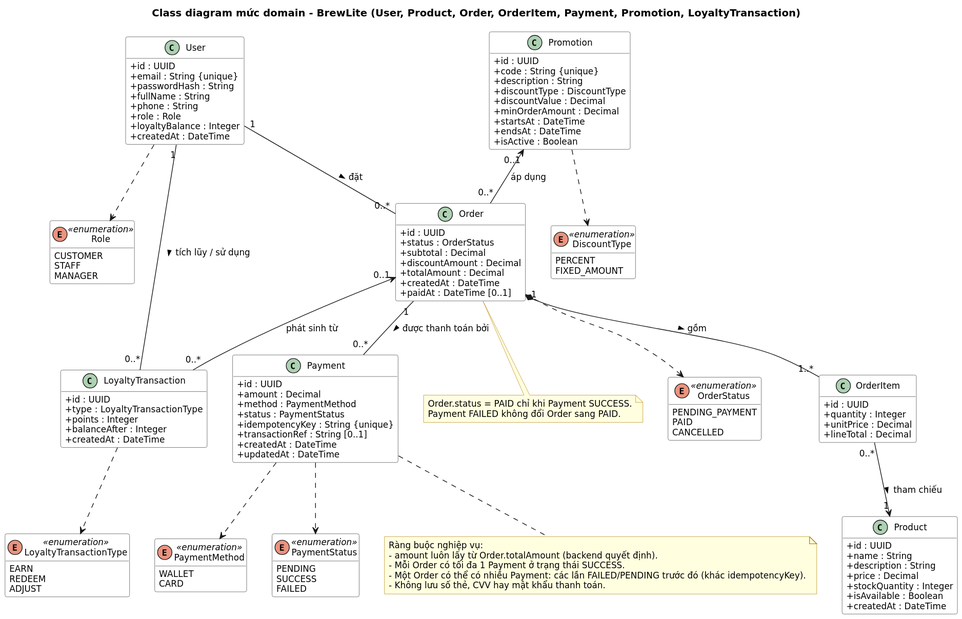
Earlier version of the PlantUML export docs/diagrams/class-domain.svg (supergigachadsupreme300/brewlite2).
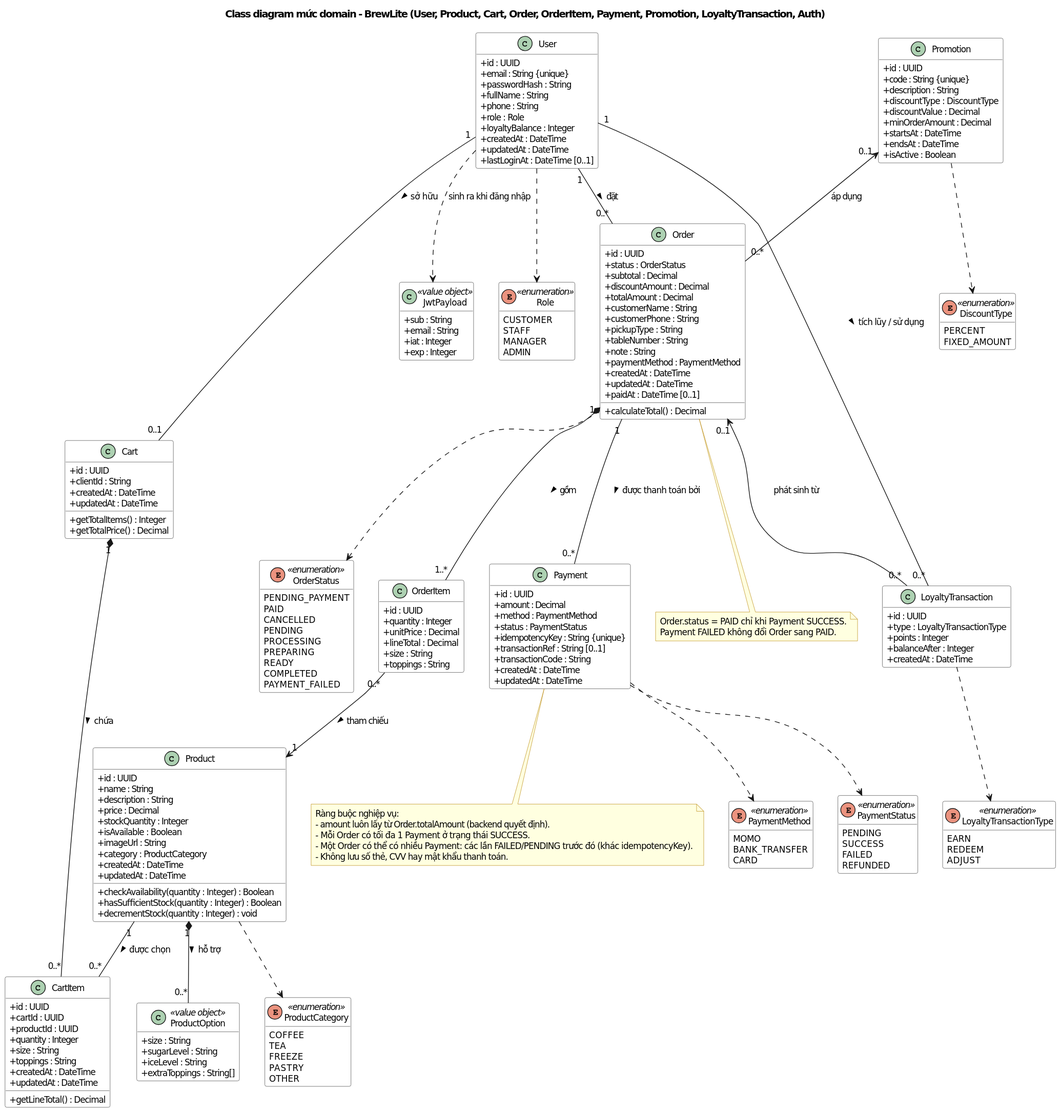
Above is the later version.

The edit, as a diff of the source:
```diff
@@ -1,5 +1,5 @@
 @startuml
-title Class diagram mức domain - BrewLite (User, Product, Order, OrderItem, Payment, Promotion, LoyaltyTransaction)
+title Class diagram mức domain - BrewLite (User, Product, Cart, Order, OrderItem, Payment, Promotion, LoyaltyTransaction, Auth)
 
 skinparam defaultFontName "DejaVu Sans"
 skinparam defaultFontSize 12
@@ -15,16 +15,24 @@
   CUSTOMER
   STAFF
   MANAGER
+  ADMIN
 }
 
 enum OrderStatus <<enumeration>> {
   PENDING_PAYMENT
   PAID
   CANCELLED
+  PENDING
+  PROCESSING
+  PREPARING
+  READY
+  COMPLETED
+  PAYMENT_FAILED
 }
 
 enum PaymentMethod <<enumeration>> {
-  WALLET
+  MOMO
+  BANK_TRANSFER
   CARD
 }
 
@@ -32,6 +40,7 @@
   PENDING
   SUCCESS
   FAILED
+  REFUNDED
 }
 
 enum DiscountType <<enumeration>> {
@@ -45,6 +54,14 @@
   ADJUST
 }
 
+enum ProductCategory <<enumeration>> {
+  COFFEE
+  TEA
+  FREEZE
+  PASTRY
+  OTHER
+}
+
 class User {
   +id : UUID
   +email : String {unique}
@@ -54,6 +71,8 @@
   +role : Role
   +loyaltyBalance : Integer
   +createdAt : DateTime
+  +updatedAt : DateTime
+  +lastLoginAt : DateTime [0..1]
 }
 
 class Product {
@@ -63,7 +82,41 @@
   +price : Decimal
   +stockQuantity : Integer
   +isAvailable : Boolean
+  +imageUrl : String
+  +category : ProductCategory
   +createdAt : DateTime
+  +updatedAt : DateTime
+  +checkAvailability(quantity : Integer) : Boolean
+  +hasSufficientStock(quantity : Integer) : Boolean
+  +decrementStock(quantity : Integer) : void
+}
+
+class ProductOption <<value object>> {
+  +size : String
+  +sugarLevel : String
+  +iceLevel : String
+  +extraToppings : String[]
+}
+
+class Cart {
+  +id : UUID
+  +clientId : String
+  +createdAt : DateTime
+  +updatedAt : DateTime
+  +getTotalItems() : Integer
+  +getTotalPrice() : Decimal
+}
+
+class CartItem {
+  +id : UUID
+  +cartId : UUID
+  +productId : UUID
+  +quantity : Integer
+  +size : String
+  +toppings : String
+  +createdAt : DateTime
+  +updatedAt : DateTime
+  +getLineTotal() : Decimal
 }
 
 class Order {
@@ -72,8 +125,16 @@
   +subtotal : Decimal
   +discountAmount : Decimal
   +totalAmount : Decimal
+  +customerName : String
+  +customerPhone : String
+  +pickupType : String
+  +tableNumber : String
+  +note : String
+  +paymentMethod : PaymentMethod
   +createdAt : DateTime
+  +updatedAt : DateTime
   +paidAt : DateTime [0..1]
+  +calculateTotal() : Decimal
 }
 
 class OrderItem {
@@ -81,6 +142,8 @@
   +quantity : Integer
   +unitPrice : Decimal
   +lineTotal : Decimal
+  +size : String
+  +toppings : String
 }
 
 class Payment {
@@ -90,6 +153,7 @@
   +status : PaymentStatus
   +idempotencyKey : String {unique}
   +transactionRef : String [0..1]
+  +transactionCode : String
   +createdAt : DateTime
   +updatedAt : DateTime
 }
@@ -114,6 +178,13 @@
   +createdAt : DateTime
 }
 
+class JwtPayload <<value object>> {
+  +sub : String
+  +email : String
+  +iat : Integer
+  +exp : Integer
+}
+
 User "1" -- "0..*" Order : đặt >
 Order "1" *-- "1..*" OrderItem : gồm >
 OrderItem "0..*" --> "1" Product : tham chiếu >
@@ -121,13 +192,18 @@
 Promotion "0..1" <-- "0..*" Order : áp dụng
 User "1" -- "0..*" LoyaltyTransaction : tích lũy / sử dụng >
 Order "0..1" <-- "0..*" LoyaltyTransaction : phát sinh từ
-
+User "1" -- "0..1" Cart : sở hữu >
+Cart "1" *-- "0..*" CartItem : chứa >
+Product "1" -- "0..*" CartItem : được chọn >
+Product "1" *-- "0..*" ProductOption : hỗ trợ >
+User ..> JwtPayload : sinh ra khi đăng nhập
 User ..> Role
 Order ..> OrderStatus
 Payment ..> PaymentMethod
 Payment ..> PaymentStatus
 Promotion ..> DiscountType
 LoyaltyTransaction ..> LoyaltyTransactionType
+Product ..> ProductCategory
 
 note bottom of Payment
   Ràng buộc nghiệp vụ:
```
